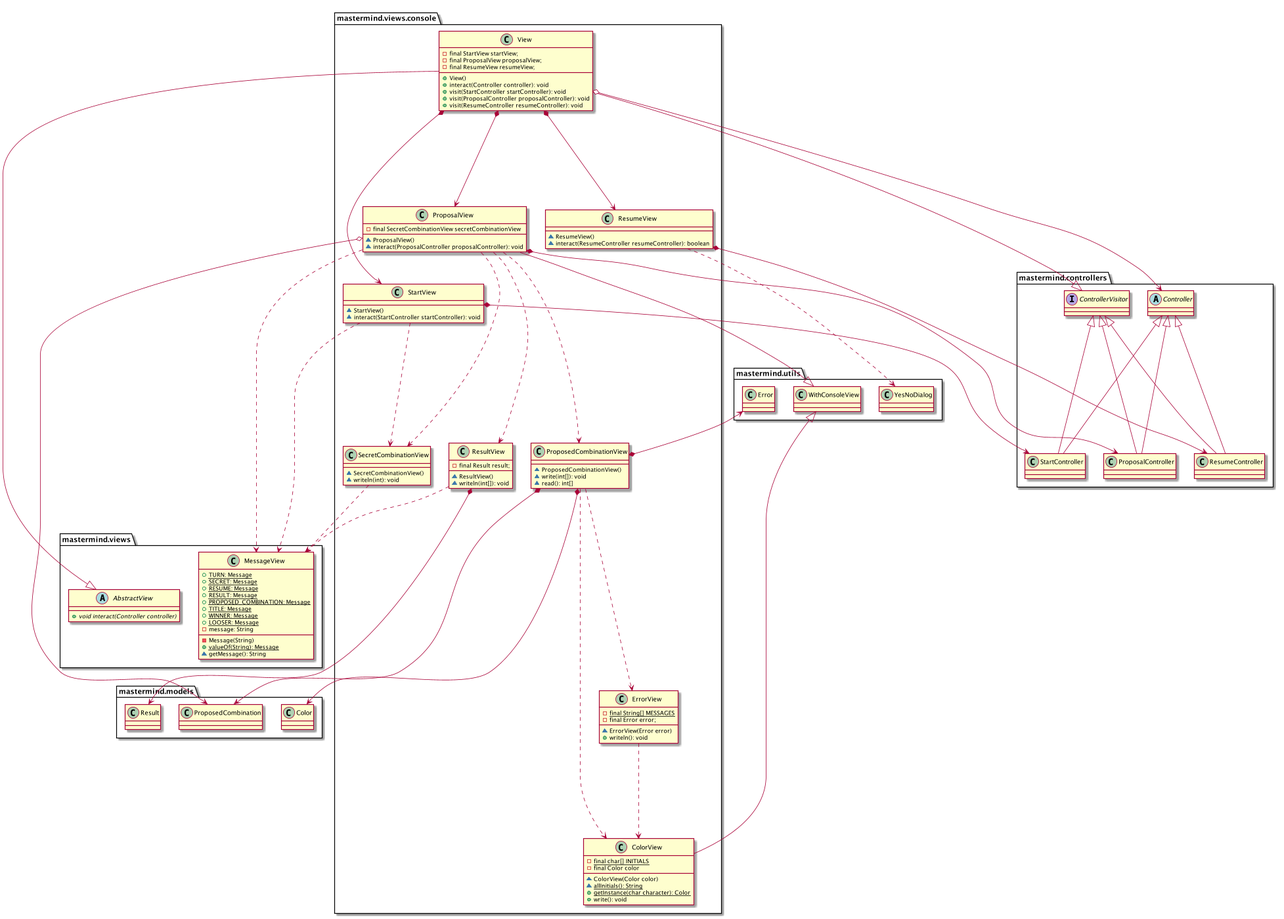
TheMercuryBeat/MasterMind keeps this PlantUML diagram as docs/images/PackageMasterMindViews.png. Above is the earlier version.
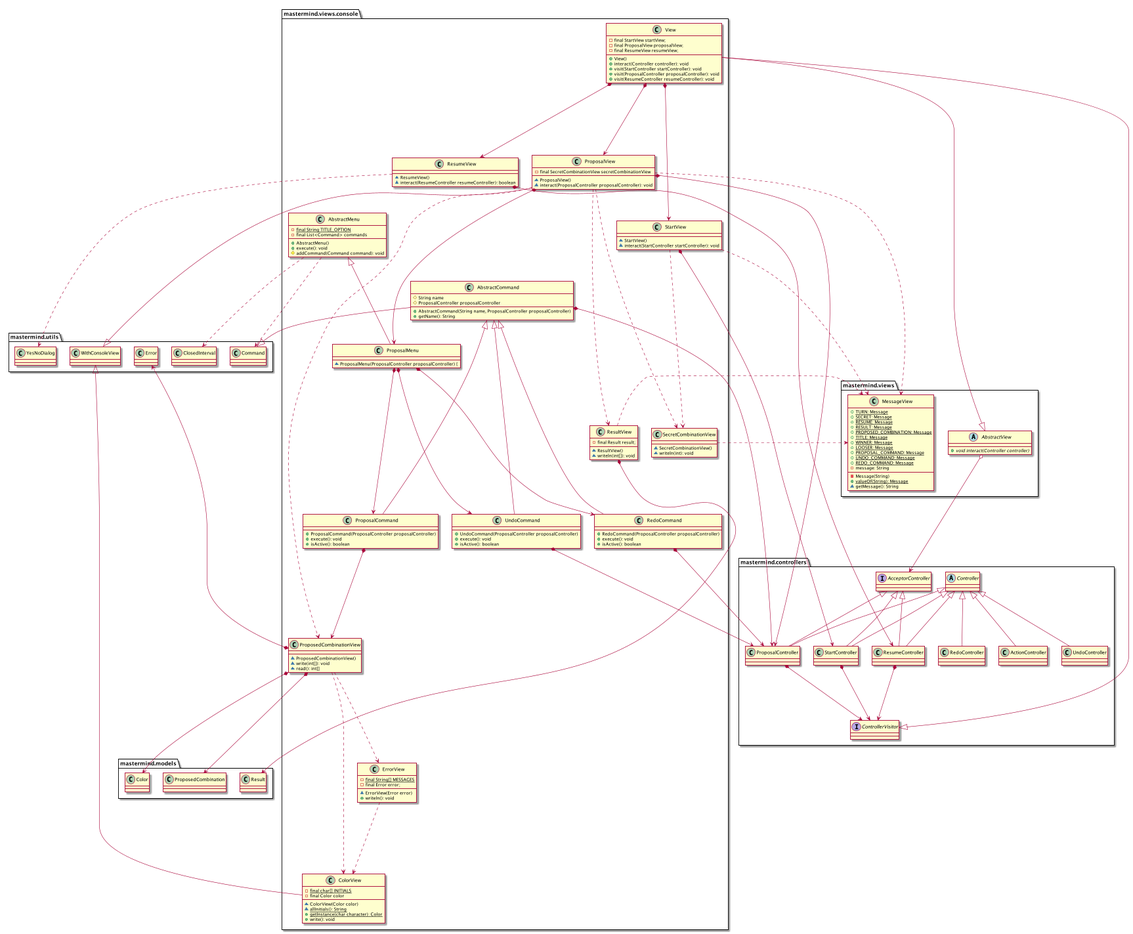
After the change.

The edit, as a diff of the source:
```diff
@@ -2,9 +2,13 @@
 
 package mastermind.controllers {
     interface ControllerVisitor
+    interface AcceptorController
     abstract class Controller
     class StartController
     class ProposalController
+    class ActionController
+    class RedoController
+    class UndoController
     class ResumeController
 }
 
@@ -23,6 +27,9 @@
         + {static} TITLE: Message
         + {static} WINNER: Message
         + {static} LOOSER: Message
+        + {static} PROPOSAL_COMMAND: Message
+        + {static} UNDO_COMMAND: Message
+        + {static} REDO_COMMAND: Message
         - message: String
         - Message(String)
         + {static} valueOf(String): Message
@@ -92,6 +99,43 @@
         ~ interact(StartController startController): void
     }
 
+    class AbstractCommand{
+        # String name
+        # ProposalController proposalController
+        + AbstractCommand(String name, ProposalController proposalController)
+        + getName(): String
+    }
+
+    class AbstractMenu{
+        - {static} final String TITLE_OPTION
+        - final List<Command> commands
+        + AbstractMenu()
+        + execute(): void
+        # addCommand(Command command): void
+    }
+
+    class ProposalCommand{
+        + ProposalCommand(ProposalController proposalController)
+        + execute(): void
+        + isActive(): boolean
+    }
+
+    class RedoCommand{
+        + RedoCommand(ProposalController proposalController)
+        + execute(): void
+        + isActive(): boolean
+    }
+
+    class UndoCommand{
+        + UndoCommand(ProposalController proposalController)
+        + execute(): void
+        + isActive(): boolean
+    }
+
+    class ProposalMenu{
+        ~ ProposalMenu(ProposalController proposalController) {
+    }
+
 }
 
 package mastermind.models {
@@ -104,16 +148,40 @@
     class WithConsoleView
     class YesNoDialog
     class Error
+    class Command
+    class ClosedInterval
 }
 
+AcceptorController <|--- StartController
+AcceptorController <|--- ProposalController
+AcceptorController <|--- ResumeController
 
-Controller <|---- StartController
-Controller <|---- ProposalController
-Controller <|---- ResumeController
+Controller <|--- StartController
+Controller <|--- ProposalController
+Controller <|--- ActionController
+Controller <|--- UndoController
+Controller <|--- RedoController
+Controller <|--- ResumeController
 
-ControllerVisitor <|---- StartController
-ControllerVisitor <|---- ProposalController
-ControllerVisitor <|---- ResumeController
+StartController *---> ControllerVisitor
+ProposalController *---> ControllerVisitor
+ResumeController *---> ControllerVisitor
+
+Command <|---- AbstractCommand
+AbstractCommand <|---- ProposalCommand
+AbstractCommand <|---- UndoCommand
+AbstractCommand <|---- RedoCommand
+AbstractCommand *----> ProposalController
+ProposalCommand *----> ProposedCombinationView
+UndoCommand *----> ProposalController
+RedoCommand *----> ProposalController
+
+AbstractMenu <|--- ProposalMenu
+AbstractMenu ...> Command
+AbstractMenu ...> ClosedInterval
+ProposalMenu *---> ProposalCommand
+ProposalMenu *---> UndoCommand
+ProposalMenu *---> RedoCommand
 
 AbstractView <|---- View
 ControllerVisitor <|---- View
@@ -121,10 +189,10 @@
 WithConsoleView <|---- ColorView
 WithConsoleView <|---- ProposalView
 
+AbstractView o----> AcceptorController
 View *----> StartView
 View *----> ProposalView
 View *----> ResumeView
-View o----> Controller
 
 StartView *-----> StartController
 ProposalView *-----> ProposalController
@@ -136,7 +204,7 @@
 ProposalView .....> SecretCombinationView
 ProposalView .....> ProposedCombinationView
 ProposalView .....> ResultView
-ProposalView o------> ProposedCombination
+ProposalView *----> ProposalMenu
 
 ResumeView ....> YesNoDialog
 
@@ -153,5 +221,4 @@
 
 ErrorView ....> ColorView
 
-
 @enduml
```
